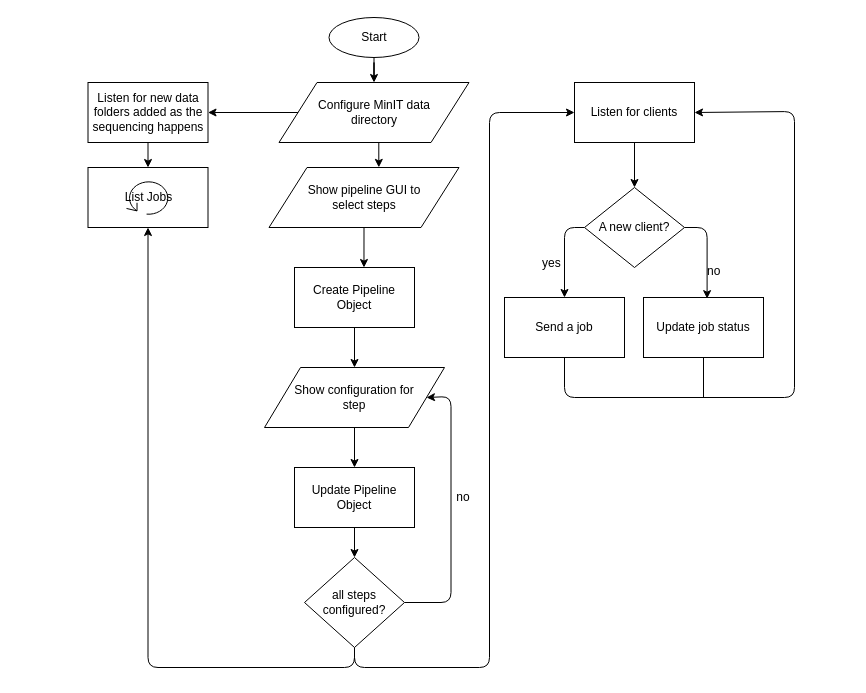
Above: page "f5n_server_flow_chart" (3 of 3) of server_mobile_connection.drawio in SanojPunchihewa/f5n (draw.io), before the change. Source tidied: cells renumbered, new cells numbered last; positions are measured from the earlier drawing's top-left corner, leaving out a move shared by most shapes. Both pictures are drawn from the tidied source at 100%, with x=0, y=0 at pixel (88, 17).
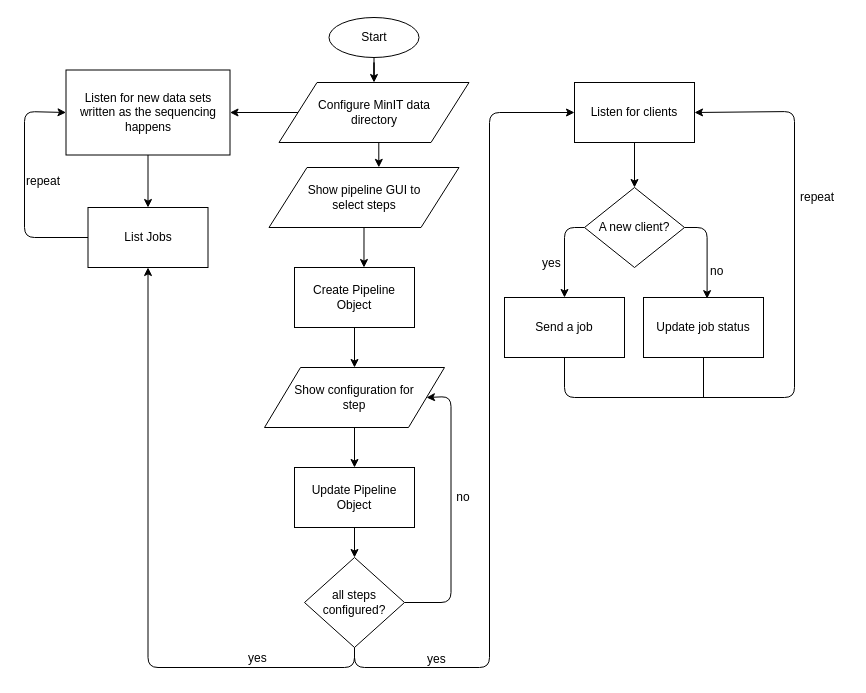
The same page after the edit.

The change refers to these unchanged cells:
```xml
<mxCell id="20" value="&lt;div&gt;Configure MinIT data &lt;br&gt;&lt;/div&gt;&lt;div&gt;directory&lt;/div&gt;" style="shape=parallelogram;perimeter=parallelogramPerimeter;whiteSpace=wrap;html=1;" parent="1" vertex="1">
  <mxGeometry x="190.5" y="65" width="190" height="60" as="geometry" />
</mxCell>
```

The edit, as a diff of the source:
```diff
@@
+    <mxCell id="35" style="edgeStyle=orthogonalEdgeStyle;rounded=1;jettySize=auto;html=1;exitX=0;exitY=0.5;exitDx=0;exitDy=0;entryX=0;entryY=0.5;entryDx=0;entryDy=0;" parent="1" edge="1" source="17" target="22">
+      <mxGeometry relative="1" as="geometry">
+        <Array as="points">
+          <mxPoint x="-64" y="220" />
+          <mxPoint x="-64" y="94" />
+        </Array>
+      </mxGeometry>
+    </mxCell>
-    <mxCell id="17" style="rounded=0;whiteSpace=wrap;html=1;" parent="1" vertex="1">
-      <mxGeometry x="-0.5" y="150" width="120" height="60" as="geometry" />
+    <mxCell id="17" value="List Jobs" style="rounded=0;whiteSpace=wrap;html=1;" parent="1" vertex="1">
+      <mxGeometry x="-0.5" y="190" width="120" height="60" as="geometry" />
     </mxCell>
@@
-    <mxCell id="19" style="edgeStyle=orthogonalEdgeStyle;rounded=1;jettySize=auto;html=1;exitX=1;exitY=0.5;exitDx=0;exitDy=0;entryX=1;entryY=0.5;entryDx=0;entryDy=0;" parent="1" edge="1" source="20" target="22">
+    <mxCell id="19" style="edgeStyle=orthogonalEdgeStyle;rounded=0;jettySize=auto;html=1;exitX=0;exitY=0.5;exitDx=0;exitDy=0;entryX=1;entryY=0.5;entryDx=0;entryDy=0;" parent="1" edge="1" source="20" target="22">
       <mxGeometry relative="1" as="geometry" />
     </mxCell>
@@
-    <mxCell id="21" style="edgeStyle=orthogonalEdgeStyle;rounded=1;jettySize=auto;html=1;exitX=0.5;exitY=1;exitDx=0;exitDy=0;entryX=0.5;entryY=0;entryDx=0;entryDy=0;" parent="1" edge="1" source="22" target="17">
+    <mxCell id="21" style="edgeStyle=orthogonalEdgeStyle;rounded=0;jettySize=auto;html=1;exitX=0.5;exitY=1;exitDx=0;exitDy=0;entryX=0.5;entryY=0;entryDx=0;entryDy=0;" parent="1" edge="1" source="22" target="17">
       <mxGeometry relative="1" as="geometry" />
     </mxCell>
-    <mxCell id="22" value="Listen for new data folders added as the sequencing happens" style="rounded=0;whiteSpace=wrap;html=1;" parent="1" vertex="1">
-      <mxGeometry x="-0.5" y="65" width="120" height="60" as="geometry" />
+    <mxCell id="22" value="Listen for new data sets written as the sequencing happens" style="rounded=0;whiteSpace=wrap;html=1;" parent="1" vertex="1">
+      <mxGeometry x="-22.5" y="52.5" width="164" height="85" as="geometry" />
     </mxCell>
@@
-    <mxCell id="25" value="List Jobs" style="shape=mxgraph.bpmn.loop;html=1;" parent="1" vertex="1">
-      <mxGeometry x="38" y="162.5" width="43" height="35" as="geometry" />
-    </mxCell>
@@
     <mxCell id="33" value="no" style="text;html=1;align=left;verticalAlign=top;spacingTop=-4;" parent="1" vertex="1">
-      <mxGeometry x="617" y="244" width="30" height="20" as="geometry" />
+      <mxGeometry x="620" y="244" width="30" height="20" as="geometry" />
     </mxCell>
@@
+    <mxCell id="36" value="yes" style="text;html=1;align=left;verticalAlign=top;spacingTop=-4;" parent="1" vertex="1">
+      <mxGeometry x="158" y="631" width="30" height="20" as="geometry" />
+    </mxCell>
+    <mxCell id="37" value="yes" style="text;html=1;align=left;verticalAlign=top;spacingTop=-4;" parent="1" vertex="1">
+      <mxGeometry x="337" y="632" width="30" height="20" as="geometry" />
+    </mxCell>
+    <mxCell id="38" value="repeat" style="text;html=1;align=left;verticalAlign=top;spacingTop=-4;" parent="1" vertex="1">
+      <mxGeometry x="-64" y="154" width="50" height="20" as="geometry" />
+    </mxCell>
+    <mxCell id="39" value="repeat" style="text;html=1;align=left;verticalAlign=top;spacingTop=-4;" parent="1" vertex="1">
+      <mxGeometry x="710" y="170" width="50" height="20" as="geometry" />
+    </mxCell>
```
